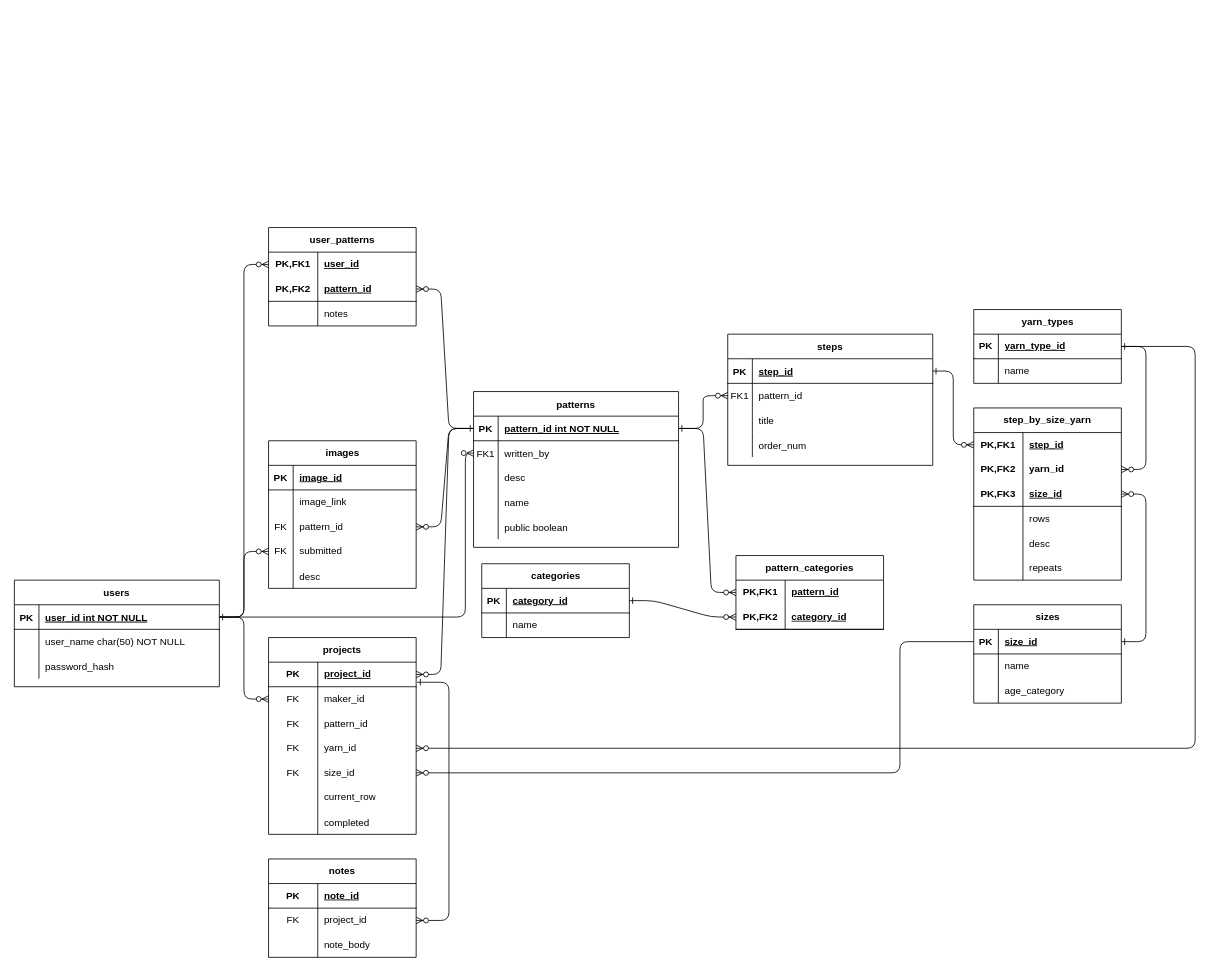
The draw.io diagram knittr_erd.drawio in maiasanders/knittr, before the edit. Source tidied: cells renumbered, new cells numbered last; positions are measured from the earlier drawing's top-left corner, leaving out a move shared by most shapes. Both pictures are drawn from the tidied source at 82%, with x=0, y=0 at pixel (-93, 88).
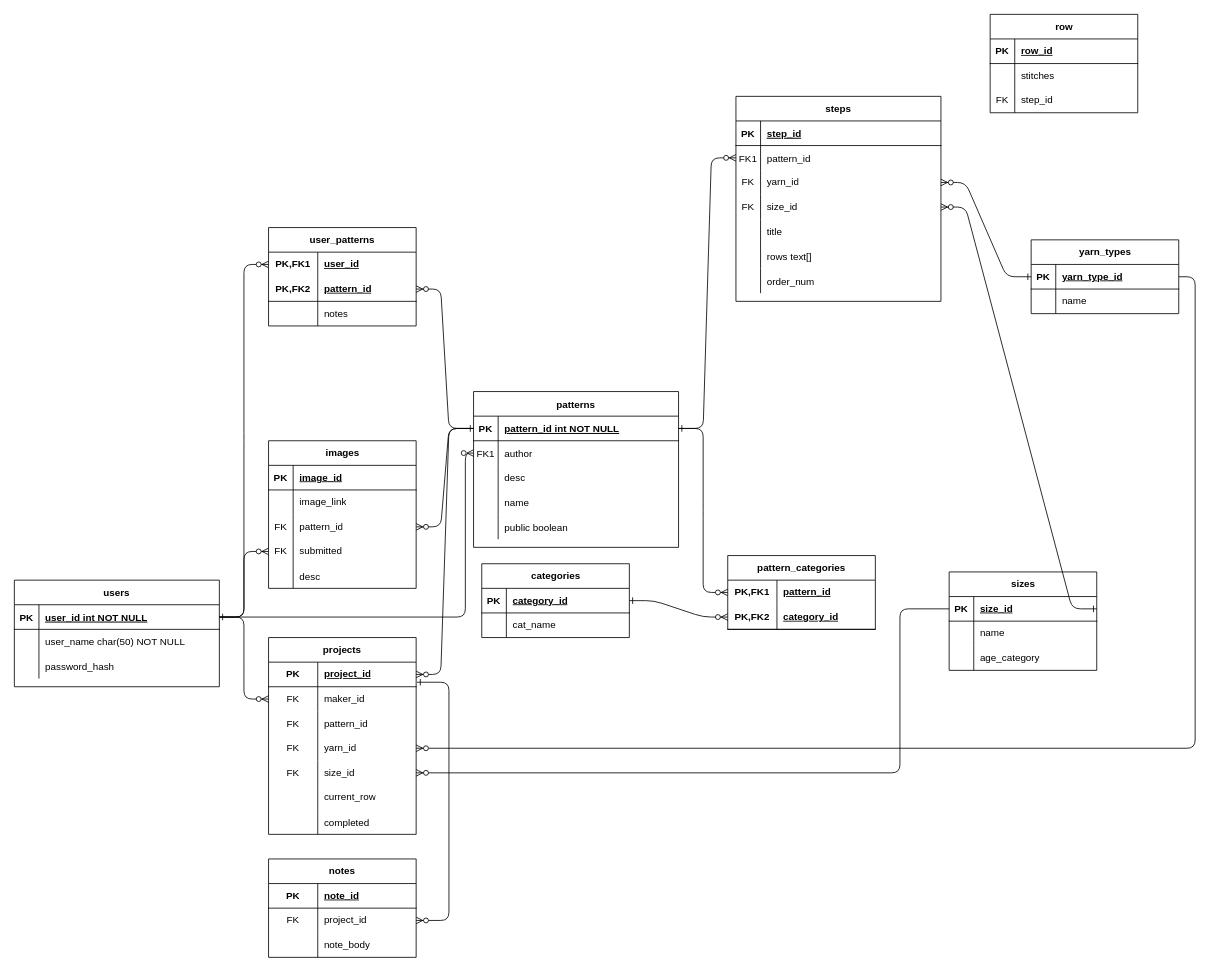
The same page after the edit.

The change refers to these unchanged cells:
```xml
<mxCell id="8" style="shape=partialRectangle;fillColor=none;points=[[0,0.5],[1,0.5]];portConstraint=eastwest;top=0;left=0;right=0;bottom=0;" parent="4" vertex="1">
  <mxGeometry y="60" width="250" height="30" as="geometry" />
</mxCell>
<mxCell id="21" style="shape=partialRectangle;fillColor=none;points=[[0,0.5],[1,0.5]];portConstraint=eastwest;top=0;left=0;right=0;bottom=1;" parent="20" vertex="1">
  <mxGeometry y="30" width="250" height="30" as="geometry" />
</mxCell>
<mxCell id="100" style="shape=tableRow;horizontal=0;startSize=0;swimlaneHead=0;swimlaneBody=0;fillColor=none;top=0;left=0;right=0;bottom=0;" parent="96" vertex="1">
  <mxGeometry y="60" width="180" height="30" as="geometry" />
</mxCell>
<mxCell id="113" style="shape=tableRow;horizontal=0;startSize=0;swimlaneHead=0;swimlaneBody=0;fillColor=none;points=[[0,0.5],[1,0.5]];portConstraint=eastwest;top=0;left=0;right=0;bottom=1;" parent="112" vertex="1">
  <mxGeometry y="30" width="180" height="30" as="geometry" />
</mxCell>
<mxCell id="120" style="shape=tableRow;horizontal=0;startSize=0;swimlaneHead=0;swimlaneBody=0;fillColor=none;points=[[0,0.5],[1,0.5]];portConstraint=eastwest;top=0;left=0;right=0;bottom=1;" parent="119" vertex="1">
  <mxGeometry y="30" width="180" height="30" as="geometry" />
</mxCell>
```

The edit, as a diff of the source:
```diff
@@
-    <mxCell id="10" value="written_by" style="shape=partialRectangle;overflow=hidden;fillColor=none;top=0;left=0;bottom=0;right=0;align=left;spacingLeft=6;" parent="8" vertex="1">
+    <mxCell id="10" value="author" style="shape=partialRectangle;overflow=hidden;fillColor=none;top=0;left=0;bottom=0;right=0;align=left;spacingLeft=6;" parent="8" vertex="1">
       <mxGeometry x="30" width="220" height="30" as="geometry" />
     </mxCell>
@@
     <mxCell id="20" value="steps" style="shape=table;startSize=30;childLayout=tableLayout;rowLines=0;fontStyle=1;align=center;" parent="1" vertex="1">
-      <mxGeometry x="1000" y="300" width="250" height="160" as="geometry" />
+      <mxGeometry x="1010" y="10" width="250" height="250" as="geometry" />
     </mxCell>
@@
+    <mxCell id="165" style="shape=tableRow;horizontal=0;startSize=0;swimlaneHead=0;swimlaneBody=0;fillColor=none;points=[[0,0.5],[1,0.5]];portConstraint=eastwest;top=0;left=0;right=0;bottom=0;" parent="20" vertex="1">
+      <mxGeometry y="90" width="250" height="30" as="geometry" />
+    </mxCell>
+    <mxCell id="166" value="FK" style="shape=partialRectangle;fillColor=none;top=0;left=0;bottom=0;right=0;fontStyle=0;overflow=hidden;whiteSpace=wrap;html=1;" parent="165" vertex="1">
+      <mxGeometry width="30" height="30" as="geometry" />
+    </mxCell>
+    <mxCell id="135" value="yarn_id" style="shape=partialRectangle;fillColor=none;top=0;left=0;bottom=0;right=0;align=left;spacingLeft=6;fontStyle=0;overflow=hidden;whiteSpace=wrap;html=1;" parent="165" vertex="1">
+      <mxGeometry x="30" width="220" height="30" as="geometry" />
+    </mxCell>
+    <mxCell id="167" style="shape=tableRow;horizontal=0;startSize=0;swimlaneHead=0;swimlaneBody=0;fillColor=none;points=[[0,0.5],[1,0.5]];portConstraint=eastwest;top=0;left=0;right=0;bottom=0;" parent="20" vertex="1">
+      <mxGeometry y="120" width="250" height="30" as="geometry" />
+    </mxCell>
+    <mxCell id="168" value="FK" style="shape=partialRectangle;fillColor=none;top=0;left=0;bottom=0;right=0;fontStyle=0;overflow=hidden;whiteSpace=wrap;html=1;" parent="167" vertex="1">
+      <mxGeometry width="30" height="30" as="geometry" />
+    </mxCell>
+    <mxCell id="138" value="size_id" style="shape=partialRectangle;fillColor=none;top=0;left=0;bottom=0;right=0;align=left;spacingLeft=6;fontStyle=0;overflow=hidden;whiteSpace=wrap;html=1;" parent="167" vertex="1">
+      <mxGeometry x="30" width="220" height="30" as="geometry" />
+    </mxCell>
     <mxCell id="27" style="shape=tableRow;horizontal=0;startSize=0;swimlaneHead=0;swimlaneBody=0;fillColor=none;top=0;left=0;right=0;bottom=0;" parent="20" vertex="1">
-      <mxGeometry y="90" width="250" height="30" as="geometry" />
+      <mxGeometry y="150" width="250" height="30" as="geometry" />
     </mxCell>
@@
+    <mxCell id="169" style="shape=tableRow;horizontal=0;startSize=0;swimlaneHead=0;swimlaneBody=0;fillColor=none;top=0;left=0;right=0;bottom=0;" parent="20" vertex="1">
+      <mxGeometry y="180" width="250" height="30" as="geometry" />
+    </mxCell>
+    <mxCell id="170" style="shape=partialRectangle;fillColor=none;top=0;left=0;bottom=0;right=0;overflow=hidden;" parent="169" vertex="1">
+      <mxGeometry width="30" height="30" as="geometry" />
+    </mxCell>
+    <mxCell id="171" value="rows text[]" style="shape=partialRectangle;fillColor=none;top=0;left=0;bottom=0;right=0;align=left;spacingLeft=6;overflow=hidden;" parent="169" vertex="1">
+      <mxGeometry x="30" width="220" height="30" as="geometry" />
+    </mxCell>
     <mxCell id="30" style="shape=tableRow;horizontal=0;startSize=0;swimlaneHead=0;swimlaneBody=0;fillColor=none;top=0;left=0;right=0;bottom=0;" parent="20" vertex="1">
-      <mxGeometry y="120" width="250" height="30" as="geometry" />
+      <mxGeometry y="210" width="250" height="30" as="geometry" />
     </mxCell>
@@
-    <mxCell id="102" value="name" style="shape=partialRectangle;fillColor=none;top=0;left=0;bottom=0;right=0;align=left;spacingLeft=6;overflow=hidden;whiteSpace=wrap;html=1;" parent="100" vertex="1">
+    <mxCell id="102" value="cat_name" style="shape=partialRectangle;fillColor=none;top=0;left=0;bottom=0;right=0;align=left;spacingLeft=6;overflow=hidden;whiteSpace=wrap;html=1;" parent="100" vertex="1">
       <mxGeometry x="30" width="150" height="30" as="geometry" />
     </mxCell>
     <mxCell id="103" value="pattern_categories" style="shape=table;startSize=30;childLayout=tableLayout;rowLines=0;fontStyle=1;align=center;html=1;whiteSpace=wrap;" parent="1" vertex="1">
-      <mxGeometry x="1010" y="570" width="180" height="90" as="geometry" />
+      <mxGeometry x="1000" y="570" width="180" height="90" as="geometry" />
     </mxCell>
@@
     <mxCell id="112" value="yarn_types" style="shape=table;startSize=30;childLayout=tableLayout;rowLines=0;fontStyle=1;align=center;html=1;" parent="1" vertex="1">
-      <mxGeometry x="1300" y="270" width="180" height="90" as="geometry" />
+      <mxGeometry x="1370" y="185" width="180" height="90" as="geometry" />
     </mxCell>
@@
     <mxCell id="119" value="sizes" style="shape=table;startSize=30;childLayout=tableLayout;rowLines=0;fontStyle=1;align=center;html=1;" parent="1" vertex="1">
-      <mxGeometry x="1300" y="630" width="180" height="120" as="geometry" />
+      <mxGeometry x="1270" y="590" width="180" height="120" as="geometry" />
     </mxCell>
@@
-    <mxCell id="129" value="step_by_size_yarn" style="shape=table;startSize=30;childLayout=tableLayout;rowLines=0;fontStyle=1;align=center;html=1;whiteSpace=wrap;" parent="1" vertex="1">
-      <mxGeometry x="1300" y="390" width="180" height="210" as="geometry" />
-    </mxCell>
-    <mxCell id="130" style="shape=tableRow;horizontal=0;startSize=0;swimlaneHead=0;swimlaneBody=0;fillColor=none;points=[[0,0.5],[1,0.5]];portConstraint=eastwest;top=0;left=0;right=0;bottom=0;html=1;" parent="129" vertex="1">
-      <mxGeometry y="30" width="180" height="30" as="geometry" />
-    </mxCell>
-    <mxCell id="131" value="PK,FK1" style="shape=partialRectangle;fillColor=none;top=0;left=0;bottom=0;right=0;fontStyle=1;overflow=hidden;html=1;whiteSpace=wrap;" parent="130" vertex="1">
-      <mxGeometry width="60" height="30" as="geometry" />
-    </mxCell>
-    <mxCell id="132" value="step_id" style="shape=partialRectangle;fillColor=none;top=0;left=0;bottom=0;right=0;align=left;spacingLeft=6;fontStyle=5;overflow=hidden;html=1;whiteSpace=wrap;" parent="130" vertex="1">
-      <mxGeometry x="60" width="120" height="30" as="geometry" />
-    </mxCell>
-    <mxCell id="133" style="shape=tableRow;horizontal=0;startSize=0;swimlaneHead=0;swimlaneBody=0;fillColor=none;points=[[0,0.5],[1,0.5]];portConstraint=eastwest;top=0;left=0;right=0;bottom=0;" parent="129" vertex="1">
-      <mxGeometry y="60" width="180" height="30" as="geometry" />
-    </mxCell>
-    <mxCell id="134" value="&lt;b&gt;PK,FK2&lt;/b&gt;" style="shape=partialRectangle;fillColor=none;top=0;left=0;bottom=0;right=0;fontStyle=0;overflow=hidden;whiteSpace=wrap;html=1;" parent="133" vertex="1">
-      <mxGeometry width="60" height="30" as="geometry" />
-    </mxCell>
-    <mxCell id="135" value="&lt;b&gt;yarn_id&lt;/b&gt;" style="shape=partialRectangle;fillColor=none;top=0;left=0;bottom=0;right=0;align=left;spacingLeft=6;fontStyle=0;overflow=hidden;whiteSpace=wrap;html=1;" parent="133" vertex="1">
-      <mxGeometry x="60" width="120" height="30" as="geometry" />
-    </mxCell>
-    <mxCell id="136" style="shape=tableRow;horizontal=0;startSize=0;swimlaneHead=0;swimlaneBody=0;fillColor=none;points=[[0,0.5],[1,0.5]];portConstraint=eastwest;top=0;left=0;right=0;bottom=1;html=1;" parent="129" vertex="1">
-      <mxGeometry y="90" width="180" height="30" as="geometry" />
-    </mxCell>
-    <mxCell id="137" value="PK,FK3" style="shape=partialRectangle;fillColor=none;top=0;left=0;bottom=0;right=0;fontStyle=1;overflow=hidden;html=1;whiteSpace=wrap;" parent="136" vertex="1">
-      <mxGeometry width="60" height="30" as="geometry" />
-    </mxCell>
-    <mxCell id="138" value="size_id" style="shape=partialRectangle;fillColor=none;top=0;left=0;bottom=0;right=0;align=left;spacingLeft=6;fontStyle=5;overflow=hidden;html=1;whiteSpace=wrap;" parent="136" vertex="1">
-      <mxGeometry x="60" width="120" height="30" as="geometry" />
-    </mxCell>
-    <mxCell id="139" style="shape=tableRow;horizontal=0;startSize=0;swimlaneHead=0;swimlaneBody=0;fillColor=none;top=0;left=0;right=0;bottom=0;html=1;" parent="129" vertex="1">
-      <mxGeometry y="120" width="180" height="30" as="geometry" />
-    </mxCell>
-    <mxCell id="140" style="shape=partialRectangle;fillColor=none;top=0;left=0;bottom=0;right=0;overflow=hidden;html=1;whiteSpace=wrap;" parent="139" vertex="1">
-      <mxGeometry width="60" height="30" as="geometry" />
-    </mxCell>
-    <mxCell id="141" value="rows" style="shape=partialRectangle;fillColor=none;top=0;left=0;bottom=0;right=0;align=left;spacingLeft=6;overflow=hidden;html=1;whiteSpace=wrap;" parent="139" vertex="1">
-      <mxGeometry x="60" width="120" height="30" as="geometry" />
-    </mxCell>
-    <mxCell id="142" style="shape=tableRow;horizontal=0;startSize=0;swimlaneHead=0;swimlaneBody=0;fillColor=none;top=0;left=0;right=0;bottom=0;" parent="129" vertex="1">
-      <mxGeometry y="150" width="180" height="30" as="geometry" />
-    </mxCell>
-    <mxCell id="143" style="shape=partialRectangle;fillColor=none;top=0;left=0;bottom=0;right=0;overflow=hidden;" parent="142" vertex="1">
-      <mxGeometry width="60" height="30" as="geometry" />
-    </mxCell>
-    <mxCell id="144" value="desc" style="shape=partialRectangle;fillColor=none;top=0;left=0;bottom=0;right=0;align=left;spacingLeft=6;overflow=hidden;" parent="142" vertex="1">
-      <mxGeometry x="60" width="120" height="30" as="geometry" />
-    </mxCell>
-    <mxCell id="145" style="shape=tableRow;horizontal=0;startSize=0;swimlaneHead=0;swimlaneBody=0;fillColor=none;top=0;left=0;right=0;bottom=0;html=1;" parent="129" vertex="1">
-      <mxGeometry y="180" width="180" height="30" as="geometry" />
-    </mxCell>
-    <mxCell id="146" style="shape=partialRectangle;fillColor=none;top=0;left=0;bottom=0;right=0;overflow=hidden;html=1;whiteSpace=wrap;" parent="145" vertex="1">
-      <mxGeometry width="60" height="30" as="geometry" />
-    </mxCell>
-    <mxCell id="147" value="repeats" style="shape=partialRectangle;fillColor=none;top=0;left=0;bottom=0;right=0;align=left;spacingLeft=6;overflow=hidden;html=1;whiteSpace=wrap;" parent="145" vertex="1">
-      <mxGeometry x="60" width="120" height="30" as="geometry" />
-    </mxCell>
-    <mxCell id="148" style="edgeStyle=elbowEdgeStyle;fontSize=12;html=1;endArrow=ERzeroToMany;endFill=1;rounded=1;entryX=0;entryY=0.5;entryDx=0;entryDy=0;startArrow=ERone;startFill=0;exitX=1;exitY=0.5;exitDx=0;exitDy=0;" parent="1" edge="1" source="21" target="130">
-      <mxGeometry relative="1" as="geometry" />
-    </mxCell>
-    <mxCell id="149" style="edgeStyle=entityRelationEdgeStyle;fontSize=12;html=1;endArrow=ERzeroToMany;endFill=1;rounded=1;entryX=1;entryY=0.5;entryDx=0;entryDy=0;exitX=1;exitY=0.5;exitDx=0;exitDy=0;curved=0;startArrow=ERone;startFill=0;" parent="1" edge="1" source="113" target="133">
+    <mxCell id="149" style="edgeStyle=entityRelationEdgeStyle;fontSize=12;html=1;endArrow=ERzeroToMany;endFill=1;rounded=1;entryX=1;entryY=0.5;entryDx=0;entryDy=0;exitX=0;exitY=0.5;exitDx=0;exitDy=0;curved=0;startArrow=ERone;startFill=0;" parent="1" edge="1" source="113" target="165">
       <mxGeometry relative="1" as="geometry" />
     </mxCell>
-    <mxCell id="150" style="edgeStyle=entityRelationEdgeStyle;fontSize=12;html=1;endArrow=ERzeroToMany;endFill=1;rounded=1;entryX=1;entryY=0.5;entryDx=0;entryDy=0;exitX=1;exitY=0.5;exitDx=0;exitDy=0;startArrow=ERone;startFill=0;curved=0;" parent="1" edge="1" source="120" target="136">
+    <mxCell id="150" style="edgeStyle=entityRelationEdgeStyle;fontSize=12;html=1;endArrow=ERzeroToMany;endFill=1;rounded=1;entryX=1;entryY=0.5;entryDx=0;entryDy=0;exitX=1;exitY=0.5;exitDx=0;exitDy=0;startArrow=ERone;startFill=0;curved=0;" parent="1" edge="1" source="120" target="167">
       <mxGeometry relative="1" as="geometry" />
     </mxCell>
@@
+    <mxCell id="172" value="row" style="shape=table;startSize=30;childLayout=tableLayout;rowLines=0;fontStyle=1;align=center;html=1;" parent="1" vertex="1">
+      <mxGeometry x="1320" y="-90" width="180" height="120" as="geometry" />
+    </mxCell>
+    <mxCell id="173" style="shape=tableRow;horizontal=0;startSize=0;swimlaneHead=0;swimlaneBody=0;fillColor=none;top=0;left=0;right=0;bottom=1;" parent="172" vertex="1">
+      <mxGeometry y="30" width="180" height="30" as="geometry" />
+    </mxCell>
+    <mxCell id="174" value="PK" style="shape=partialRectangle;fillColor=none;top=0;left=0;bottom=0;right=0;fontStyle=1;overflow=hidden;whiteSpace=wrap;html=1;" parent="173" vertex="1">
+      <mxGeometry width="30" height="30" as="geometry" />
+    </mxCell>
+    <mxCell id="175" value="row_id" style="shape=partialRectangle;fillColor=none;top=0;left=0;bottom=0;right=0;align=left;spacingLeft=6;fontStyle=5;overflow=hidden;whiteSpace=wrap;html=1;" parent="173" vertex="1">
+      <mxGeometry x="30" width="150" height="30" as="geometry" />
+    </mxCell>
+    <mxCell id="133" style="shape=tableRow;horizontal=0;startSize=0;swimlaneHead=0;swimlaneBody=0;fillColor=none;points=[[0,0.5],[1,0.5]];portConstraint=eastwest;top=0;left=0;right=0;bottom=0;" parent="172" vertex="1">
+      <mxGeometry y="60" width="180" height="30" as="geometry" />
+    </mxCell>
+    <mxCell id="176" style="shape=partialRectangle;fillColor=none;top=0;left=0;bottom=0;right=0;overflow=hidden;whiteSpace=wrap;html=1;" parent="133" vertex="1">
+      <mxGeometry width="30" height="30" as="geometry" />
+    </mxCell>
+    <mxCell id="177" value="stitches" style="shape=partialRectangle;fillColor=none;top=0;left=0;bottom=0;right=0;align=left;spacingLeft=6;overflow=hidden;whiteSpace=wrap;html=1;" parent="133" vertex="1">
+      <mxGeometry x="30" width="150" height="30" as="geometry" />
+    </mxCell>
+    <mxCell id="178" style="shape=tableRow;horizontal=0;startSize=0;swimlaneHead=0;swimlaneBody=0;fillColor=none;top=0;left=0;right=0;bottom=0;" parent="172" vertex="1">
+      <mxGeometry y="90" width="180" height="30" as="geometry" />
+    </mxCell>
+    <mxCell id="179" value="FK" style="shape=partialRectangle;fillColor=none;top=0;left=0;bottom=0;right=0;overflow=hidden;whiteSpace=wrap;html=1;" parent="178" vertex="1">
+      <mxGeometry width="30" height="30" as="geometry" />
+    </mxCell>
+    <mxCell id="132" value="step_id" style="shape=partialRectangle;fillColor=none;top=0;left=0;bottom=0;right=0;align=left;spacingLeft=6;overflow=hidden;whiteSpace=wrap;html=1;" parent="178" vertex="1">
+      <mxGeometry x="30" width="150" height="30" as="geometry" />
+    </mxCell>
```
